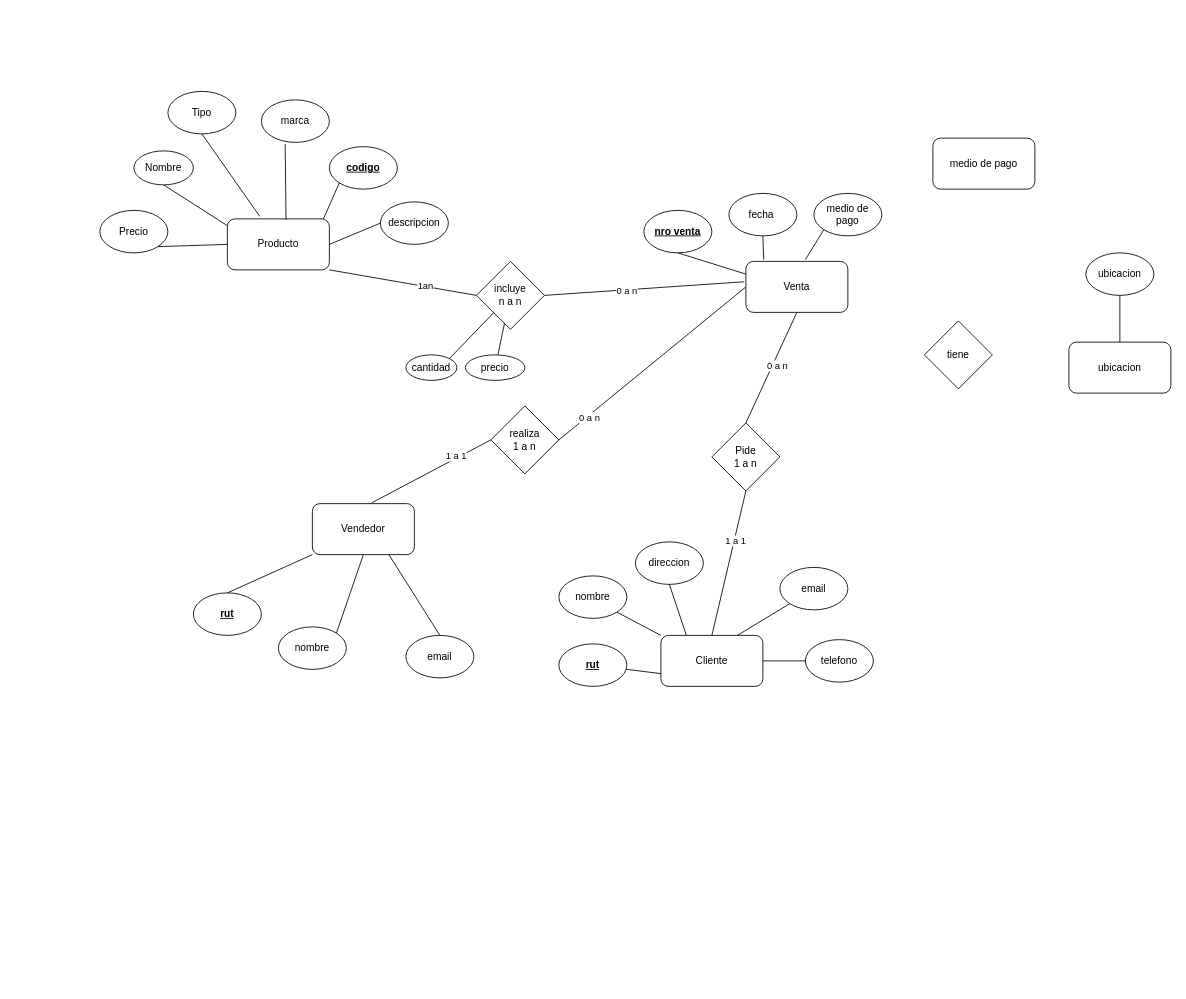
Above: Untitled Diagram.drawio in RafaUribeG/WorkgroupAndroid (draw.io), before the change. Source tidied: cells renumbered, new cells numbered last; positions are measured from the earlier drawing's top-left corner, leaving out a move shared by most shapes. Both pictures are drawn from the tidied source at 85%, with x=0, y=0 at pixel (99, 91).
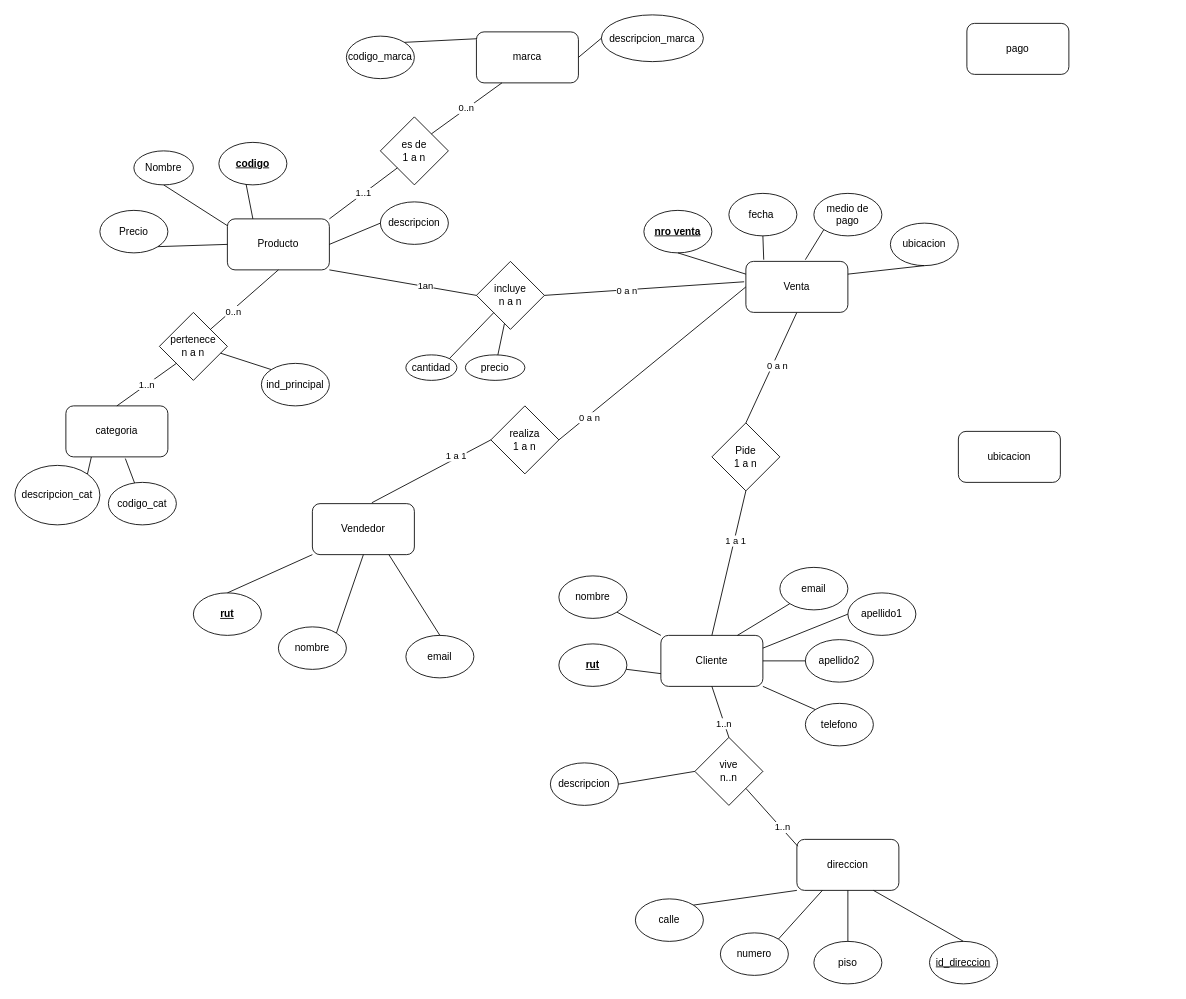
Above is the later version.

The change refers to these unchanged cells:
```xml
<mxCell id="2" value="Producto" style="rounded=1;whiteSpace=wrap;html=1;" parent="1" vertex="1">
  <mxGeometry x="150" y="150" width="120" height="60" as="geometry" />
</mxCell>
<mxCell id="9" value="Cliente" style="rounded=1;whiteSpace=wrap;html=1;" parent="1" vertex="1">
  <mxGeometry x="660" y="640" width="120" height="60" as="geometry" />
</mxCell>
<mxCell id="37" value="Venta" style="rounded=1;whiteSpace=wrap;html=1;" parent="1" vertex="1">
  <mxGeometry x="760" y="200" width="120" height="60" as="geometry" />
</mxCell>
```

What changed in the source:
```diff
@@
-    <mxCell id="5" value="Tipo" style="ellipse;whiteSpace=wrap;html=1;" parent="1" vertex="1">
-      <mxGeometry x="80" width="80" height="50" as="geometry" />
+    <mxCell id="5" value="descripcion_cat" style="ellipse;whiteSpace=wrap;html=1;" parent="1" vertex="1">
+      <mxGeometry x="-100" y="440" width="100" height="70" as="geometry" />
     </mxCell>
-    <mxCell id="6" value="marca" style="ellipse;whiteSpace=wrap;html=1;" parent="1" vertex="1">
-      <mxGeometry x="190" y="10" width="80" height="50" as="geometry" />
+    <mxCell id="6" value="codigo_marca" style="ellipse;whiteSpace=wrap;html=1;" parent="1" vertex="1">
+      <mxGeometry x="290" y="-65" width="80" height="50" as="geometry" />
     </mxCell>
     <mxCell id="7" value="&lt;u&gt;&lt;b&gt;codigo&lt;/b&gt;&lt;/u&gt;" style="ellipse;whiteSpace=wrap;html=1;" parent="1" vertex="1">
-      <mxGeometry x="270" y="65" width="80" height="50" as="geometry" />
+      <mxGeometry x="140" y="60" width="80" height="50" as="geometry" />
     </mxCell>
@@
-    <mxCell id="12" value="direccion" style="ellipse;whiteSpace=wrap;html=1;" parent="1" vertex="1">
-      <mxGeometry x="630" y="530" width="80" height="50" as="geometry" />
+    <mxCell id="12" value="calle" style="ellipse;whiteSpace=wrap;html=1;" parent="1" vertex="1">
+      <mxGeometry x="630" y="950" width="80" height="50" as="geometry" />
     </mxCell>
@@
-    <mxCell id="16" value="telefono" style="ellipse;whiteSpace=wrap;html=1;" parent="1" vertex="1">
+    <mxCell id="16" value="apellido2" style="ellipse;whiteSpace=wrap;html=1;" parent="1" vertex="1">
       <mxGeometry x="830" y="645" width="80" height="50" as="geometry" />
     </mxCell>
-    <mxCell id="17" style="endArrow=none;html=1;rounded=0;exitX=0.25;exitY=0;exitDx=0;exitDy=0;entryX=0.5;entryY=1;entryDx=0;entryDy=0;" parent="1" edge="1" source="9" target="12">
+    <mxCell id="17" style="endArrow=none;html=1;rounded=0;entryX=1;entryY=0;entryDx=0;entryDy=0;exitX=0;exitY=1;exitDx=0;exitDy=0;" parent="1" edge="1" source="80" target="12">
       <mxGeometry relative="1" as="geometry" />
     </mxCell>
@@
     <mxCell id="41" value="ubicacion" style="ellipse;whiteSpace=wrap;html=1;" parent="1" vertex="1">
-      <mxGeometry x="1160" y="190" width="80" height="50" as="geometry" />
+      <mxGeometry x="930" y="155" width="80" height="50" as="geometry" />
     </mxCell>
@@
-    <mxCell id="45" style="endArrow=none;html=1;rounded=0;entryX=0.5;entryY=1;entryDx=0;entryDy=0;exitX=0.5;exitY=0;exitDx=0;exitDy=0;" parent="1" edge="1" source="61" target="41">
+    <mxCell id="45" style="endArrow=none;html=1;rounded=0;entryX=0.5;entryY=1;entryDx=0;entryDy=0;exitX=1;exitY=0.25;exitDx=0;exitDy=0;" parent="1" edge="1" source="37" target="41">
       <mxGeometry relative="1" as="geometry" />
     </mxCell>
@@
-    <mxCell id="57" style="endArrow=none;html=1;rounded=0;entryX=0.5;entryY=1;entryDx=0;entryDy=0;exitX=0.317;exitY=-0.05;exitDx=0;exitDy=0;exitPerimeter=0;" parent="1" edge="1" source="2" target="5">
+    <mxCell id="57" style="endArrow=none;html=1;rounded=0;entryX=1;entryY=0;entryDx=0;entryDy=0;exitX=0.25;exitY=1;exitDx=0;exitDy=0;" parent="1" edge="1" source="64" target="5">
       <mxGeometry relative="1" as="geometry" />
     </mxCell>
-    <mxCell id="58" style="endArrow=none;html=1;rounded=0;exitX=0.575;exitY=0.017;exitDx=0;exitDy=0;exitPerimeter=0;entryX=0.35;entryY=1.04;entryDx=0;entryDy=0;entryPerimeter=0;" parent="1" edge="1" source="2" target="6">
+    <mxCell id="58" style="endArrow=none;html=1;rounded=0;exitX=0.017;exitY=0.133;exitDx=0;exitDy=0;exitPerimeter=0;entryX=1;entryY=0;entryDx=0;entryDy=0;" parent="1" edge="1" source="73" target="6">
       <mxGeometry relative="1" as="geometry" />
     </mxCell>
-    <mxCell id="59" style="endArrow=none;html=1;rounded=0;exitX=0.942;exitY=0;exitDx=0;exitDy=0;exitPerimeter=0;entryX=0;entryY=1;entryDx=0;entryDy=0;" parent="1" edge="1" source="2" target="7">
+    <mxCell id="59" style="endArrow=none;html=1;rounded=0;exitX=0.25;exitY=0;exitDx=0;exitDy=0;entryX=0.4;entryY=0.98;entryDx=0;entryDy=0;entryPerimeter=0;" parent="1" edge="1" source="2" target="7">
       <mxGeometry relative="1" as="geometry" />
     </mxCell>
@@
+    <mxCell id="64" value="categoria" style="rounded=1;whiteSpace=wrap;html=1;" parent="1" vertex="1">
+      <mxGeometry x="-40" y="370" width="120" height="60" as="geometry" />
+    </mxCell>
+    <mxCell id="65" value="codigo_cat" style="ellipse;whiteSpace=wrap;html=1;" parent="1" vertex="1">
+      <mxGeometry x="10" y="460" width="80" height="50" as="geometry" />
+    </mxCell>
+    <mxCell id="66" style="endArrow=none;html=1;rounded=0;exitX=0.583;exitY=1.033;exitDx=0;exitDy=0;exitPerimeter=0;" parent="1" edge="1" source="64" target="65">
+      <mxGeometry relative="1" as="geometry" />
+    </mxCell>
+    <mxCell id="67" value="pertenece&lt;br&gt;n a n" style="rhombus;whiteSpace=wrap;html=1;" parent="1" vertex="1">
+      <mxGeometry x="70" y="260" width="80" height="80" as="geometry" />
+    </mxCell>
+    <mxCell id="68" style="endArrow=none;html=1;rounded=0;exitX=0.5;exitY=1;exitDx=0;exitDy=0;entryX=1;entryY=0;entryDx=0;entryDy=0;" parent="1" edge="1" source="2" target="67">
+      <mxGeometry relative="1" as="geometry" />
+    </mxCell>
+    <mxCell id="69" value="0..n" style="edgeLabel;html=1;align=center;verticalAlign=middle;" parent="68" vertex="1">
+      <mxGeometry x="0.36" y="1" relative="1" as="geometry" />
+    </mxCell>
+    <mxCell id="70" value="1..n" style="endArrow=none;html=1;rounded=0;exitX=0;exitY=1;exitDx=0;exitDy=0;entryX=0.5;entryY=0;entryDx=0;entryDy=0;" parent="1" edge="1" source="67" target="64">
+      <mxGeometry relative="1" as="geometry" />
+    </mxCell>
+    <mxCell id="71" value="ind_principal" style="ellipse;whiteSpace=wrap;html=1;" parent="1" vertex="1">
+      <mxGeometry x="190" y="320" width="80" height="50" as="geometry" />
+    </mxCell>
+    <mxCell id="72" style="endArrow=none;html=1;rounded=0;exitX=0.9;exitY=0.6;exitDx=0;exitDy=0;exitPerimeter=0;entryX=0;entryY=0;entryDx=0;entryDy=0;" parent="1" edge="1" source="67" target="71">
+      <mxGeometry relative="1" as="geometry" />
+    </mxCell>
+    <mxCell id="73" value="marca" style="rounded=1;whiteSpace=wrap;html=1;" parent="1" vertex="1">
+      <mxGeometry x="443" y="-70" width="120" height="60" as="geometry" />
+    </mxCell>
+    <mxCell id="74" value="descripcion_marca" style="ellipse;whiteSpace=wrap;html=1;" parent="1" vertex="1">
+      <mxGeometry x="590" y="-90" width="120" height="55" as="geometry" />
+    </mxCell>
+    <mxCell id="75" style="endArrow=none;html=1;rounded=0;exitX=0;exitY=0.5;exitDx=0;exitDy=0;entryX=1;entryY=0.5;entryDx=0;entryDy=0;" parent="1" edge="1" source="74" target="73">
+      <mxGeometry relative="1" as="geometry" />
+    </mxCell>
+    <mxCell id="76" value="es de&lt;br&gt;1 a n" style="rhombus;whiteSpace=wrap;html=1;" parent="1" vertex="1">
+      <mxGeometry x="330" y="30" width="80" height="80" as="geometry" />
+    </mxCell>
+    <mxCell id="77" value="1..1" style="endArrow=none;html=1;rounded=0;exitX=1;exitY=0;exitDx=0;exitDy=0;entryX=0;entryY=1;entryDx=0;entryDy=0;" parent="1" edge="1" source="2" target="76">
+      <mxGeometry relative="1" as="geometry" />
+    </mxCell>
+    <mxCell id="78" value="0..n" style="endArrow=none;html=1;rounded=0;exitX=1;exitY=0;exitDx=0;exitDy=0;entryX=0.25;entryY=1;entryDx=0;entryDy=0;" parent="1" edge="1" source="76" target="73">
+      <mxGeometry relative="1" as="geometry" />
+    </mxCell>
     <mxCell id="61" value="ubicacion" style="rounded=1;whiteSpace=wrap;html=1;" parent="1" vertex="1">
-      <mxGeometry x="1140" y="295" width="120" height="60" as="geometry" />
+      <mxGeometry x="1010" y="400" width="120" height="60" as="geometry" />
     </mxCell>
-    <mxCell id="62" value="tiene" style="rhombus;whiteSpace=wrap;html=1;direction=south;rotation=0;" parent="1" vertex="1">
-      <mxGeometry x="970" y="270" width="80" height="80" as="geometry" />
-    </mxCell>
-    <mxCell id="63" value="medio de pago" style="rounded=1;whiteSpace=wrap;html=1;" parent="1" vertex="1">
-      <mxGeometry x="980" y="55" width="120" height="60" as="geometry" />
-    </mxCell>
+    <mxCell id="79" value="pago" style="rounded=1;whiteSpace=wrap;html=1;" parent="1" vertex="1">
+      <mxGeometry x="1020" y="-80" width="120" height="60" as="geometry" />
+    </mxCell>
+    <mxCell id="80" value="direccion" style="rounded=1;whiteSpace=wrap;html=1;" parent="1" vertex="1">
+      <mxGeometry x="820" y="880" width="120" height="60" as="geometry" />
+    </mxCell>
+    <mxCell id="81" value="numero" style="ellipse;whiteSpace=wrap;html=1;" parent="1" vertex="1">
+      <mxGeometry x="730" y="990" width="80" height="50" as="geometry" />
+    </mxCell>
+    <mxCell id="82" style="endArrow=none;html=1;rounded=0;entryX=1;entryY=0;entryDx=0;entryDy=0;exitX=0.25;exitY=1;exitDx=0;exitDy=0;" parent="1" edge="1" source="80" target="81">
+      <mxGeometry relative="1" as="geometry" />
+    </mxCell>
+    <mxCell id="83" value="piso" style="ellipse;whiteSpace=wrap;html=1;" parent="1" vertex="1">
+      <mxGeometry x="840" y="1000" width="80" height="50" as="geometry" />
+    </mxCell>
+    <mxCell id="84" style="endArrow=none;html=1;rounded=0;entryX=0.5;entryY=0;entryDx=0;entryDy=0;exitX=0.5;exitY=1;exitDx=0;exitDy=0;" parent="1" edge="1" source="80" target="83">
+      <mxGeometry relative="1" as="geometry" />
+    </mxCell>
+    <mxCell id="85" value="&lt;u&gt;id_direccion&lt;/u&gt;" style="ellipse;whiteSpace=wrap;html=1;" parent="1" vertex="1">
+      <mxGeometry x="976" y="1000" width="80" height="50" as="geometry" />
+    </mxCell>
+    <mxCell id="86" style="endArrow=none;html=1;rounded=0;entryX=0.5;entryY=0;entryDx=0;entryDy=0;exitX=0.75;exitY=1;exitDx=0;exitDy=0;" parent="1" edge="1" source="80" target="85">
+      <mxGeometry relative="1" as="geometry" />
+    </mxCell>
+    <mxCell id="87" value="vive&lt;br&gt;n..n" style="rhombus;whiteSpace=wrap;html=1;" parent="1" vertex="1">
+      <mxGeometry x="700" y="760" width="80" height="80" as="geometry" />
+    </mxCell>
+    <mxCell id="88" style="endArrow=none;html=1;rounded=0;entryX=1;entryY=1;entryDx=0;entryDy=0;exitX=0.008;exitY=0.133;exitDx=0;exitDy=0;exitPerimeter=0;" parent="1" edge="1" source="80" target="87">
+      <mxGeometry relative="1" as="geometry" />
+    </mxCell>
+    <mxCell id="89" value="1..n" style="edgeLabel;html=1;align=center;verticalAlign=middle;" parent="88" vertex="1">
+      <mxGeometry x="-0.36" y="-1" relative="1" as="geometry" />
+    </mxCell>
+    <mxCell id="90" style="endArrow=none;html=1;rounded=0;entryX=0.5;entryY=1;entryDx=0;entryDy=0;exitX=0.5;exitY=0;exitDx=0;exitDy=0;" parent="1" edge="1" source="87" target="9">
+      <mxGeometry relative="1" as="geometry" />
+    </mxCell>
+    <mxCell id="91" value="1..n" style="edgeLabel;html=1;align=center;verticalAlign=middle;" parent="90" vertex="1">
+      <mxGeometry x="-0.42" y="1" relative="1" as="geometry" />
+    </mxCell>
+    <mxCell id="92" value="descripcion" style="ellipse;whiteSpace=wrap;html=1;" parent="1" vertex="1">
+      <mxGeometry x="530" y="790" width="80" height="50" as="geometry" />
+    </mxCell>
+    <mxCell id="93" style="endArrow=none;html=1;rounded=0;entryX=1;entryY=0.5;entryDx=0;entryDy=0;exitX=0;exitY=0.5;exitDx=0;exitDy=0;" parent="1" edge="1" source="87" target="92">
+      <mxGeometry relative="1" as="geometry" />
+    </mxCell>
+    <mxCell id="94" value="telefono" style="ellipse;whiteSpace=wrap;html=1;" parent="1" vertex="1">
+      <mxGeometry x="830" y="720" width="80" height="50" as="geometry" />
+    </mxCell>
+    <mxCell id="95" value="apellido1" style="ellipse;whiteSpace=wrap;html=1;" parent="1" vertex="1">
+      <mxGeometry x="880" y="590" width="80" height="50" as="geometry" />
+    </mxCell>
+    <mxCell id="96" style="endArrow=none;html=1;rounded=0;exitX=1;exitY=0.25;exitDx=0;exitDy=0;entryX=0;entryY=0.5;entryDx=0;entryDy=0;" parent="1" edge="1" source="9" target="95">
+      <mxGeometry relative="1" as="geometry" />
+    </mxCell>
+    <mxCell id="97" style="endArrow=none;html=1;rounded=0;exitX=1;exitY=1;exitDx=0;exitDy=0;entryX=0;entryY=0;entryDx=0;entryDy=0;" parent="1" edge="1" source="9" target="94">
+      <mxGeometry relative="1" as="geometry" />
+    </mxCell>
```
